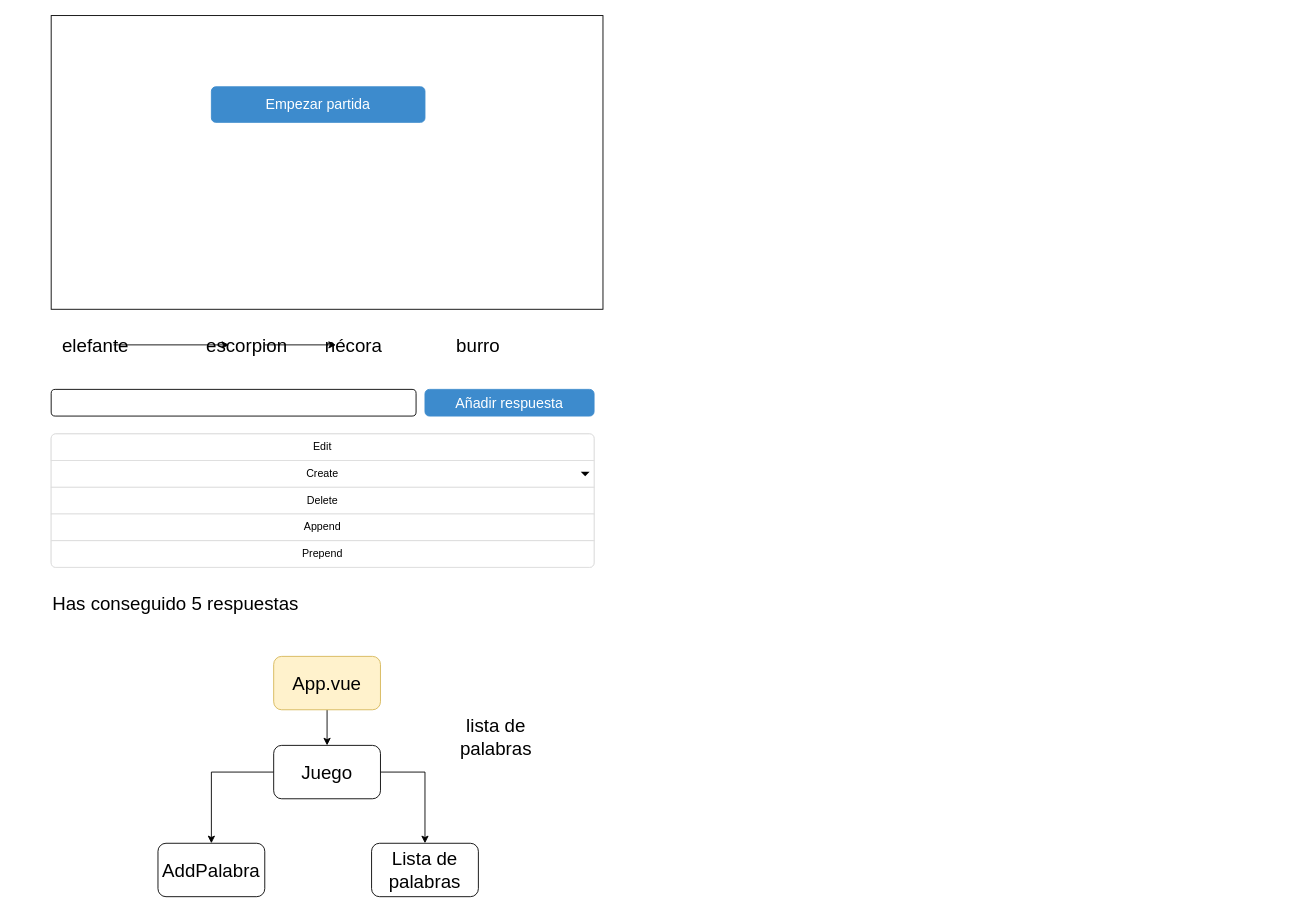
lazaro-programacion/curso-vue-ayudas keeps this draw.io diagram as e03-principio-fin.drawio. Above is the earlier version. Source tidied: cells renumbered, new cells numbered last; positions are measured from the earlier drawing's top-left corner, leaving out a move shared by most shapes. Both pictures are drawn from the tidied source at 89%, with x=0, y=0 at pixel (15, 15).
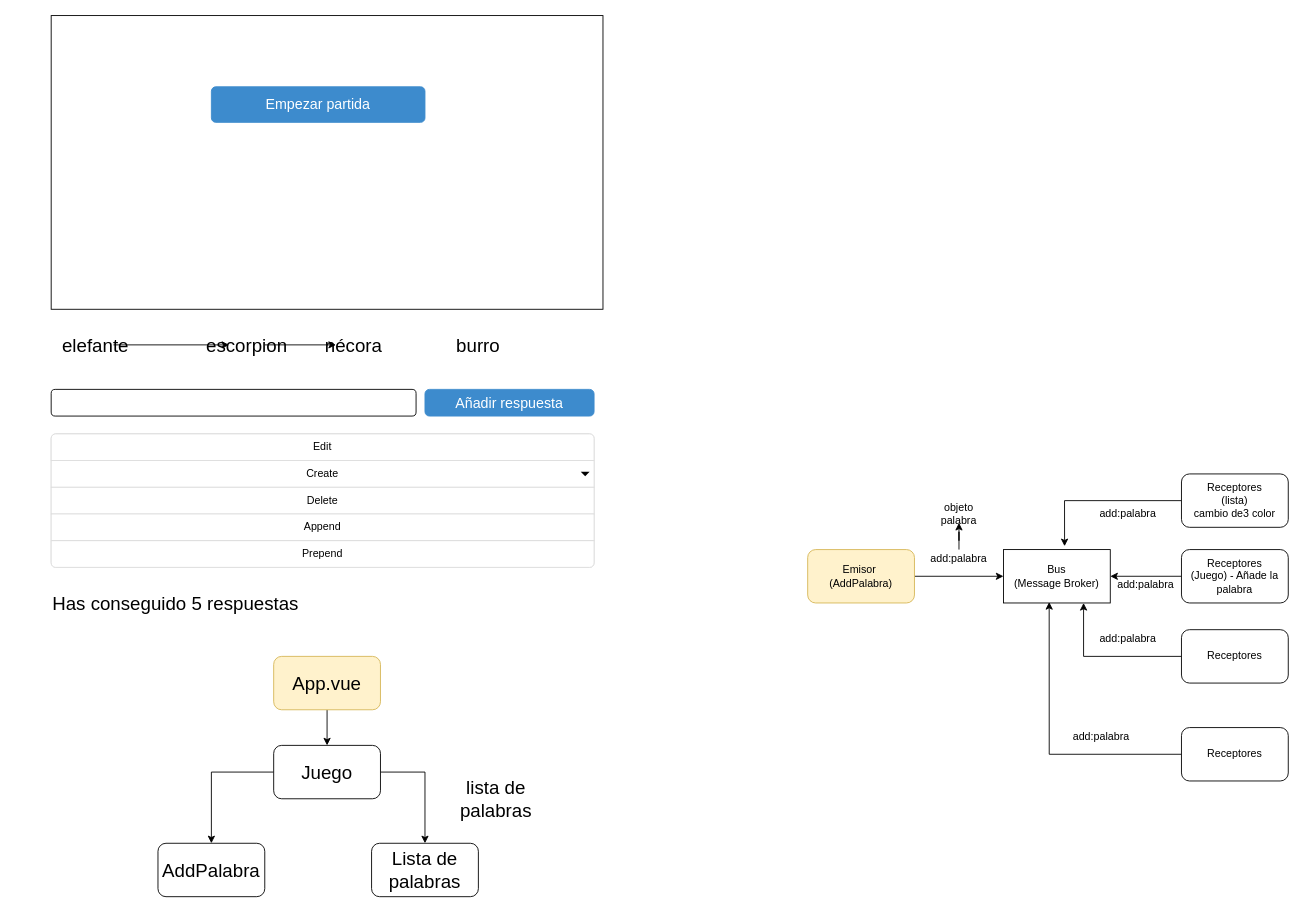
The same diagram, later.

The edit, as a diff of the source:
```diff
@@
     <mxCell id="27" value="lista de palabras" style="text;html=1;strokeColor=none;fillColor=none;align=center;verticalAlign=middle;whiteSpace=wrap;rounded=0;fontSize=21;" parent="1" vertex="1">
-      <mxGeometry x="520" y="800" width="40" height="20" as="geometry" />
+      <mxGeometry x="520" y="870" width="40" height="20" as="geometry" />
     </mxCell>
+    <mxCell id="28" value="Bus&lt;br&gt;(Message Broker)" style="rounded=0;whiteSpace=wrap;html=1;" parent="1" vertex="1">
+      <mxGeometry x="1110" y="600" width="120" height="60" as="geometry" />
+    </mxCell>
+    <mxCell id="29" style="edgeStyle=orthogonalEdgeStyle;rounded=0;jettySize=auto;html=1;entryX=0;entryY=0.5;entryDx=0;entryDy=0;" parent="1" edge="1" source="30" target="28">
+      <mxGeometry relative="1" as="geometry" />
+    </mxCell>
+    <mxCell id="30" value="Emisor&amp;nbsp;&lt;br&gt;(AddPalabra)" style="rounded=1;whiteSpace=wrap;html=1;fillColor=#fff2cc;strokeColor=#d6b656;" parent="1" vertex="1">
+      <mxGeometry x="890" y="600" width="120" height="60" as="geometry" />
+    </mxCell>
+    <mxCell id="31" style="edgeStyle=orthogonalEdgeStyle;rounded=0;jettySize=auto;html=1;" parent="1" edge="1" source="32" target="33">
+      <mxGeometry relative="1" as="geometry" />
+    </mxCell>
+    <mxCell id="32" value="add:palabra" style="text;html=1;strokeColor=none;fillColor=none;align=center;verticalAlign=middle;whiteSpace=wrap;rounded=0;" parent="1" vertex="1">
+      <mxGeometry x="1040" y="600" width="40" height="20" as="geometry" />
+    </mxCell>
+    <mxCell id="33" value="objeto palabra" style="text;html=1;strokeColor=none;fillColor=none;align=center;verticalAlign=middle;whiteSpace=wrap;rounded=0;" parent="1" vertex="1">
+      <mxGeometry x="1040" y="550" width="40" height="20" as="geometry" />
+    </mxCell>
+    <mxCell id="34" style="edgeStyle=orthogonalEdgeStyle;rounded=0;jettySize=auto;html=1;entryX=0.572;entryY=-0.063;entryDx=0;entryDy=0;entryPerimeter=0;" parent="1" edge="1" source="35" target="28">
+      <mxGeometry relative="1" as="geometry" />
+    </mxCell>
+    <mxCell id="35" value="Receptores&lt;br&gt;(lista)&lt;br&gt;cambio de3 color" style="rounded=1;whiteSpace=wrap;html=1;" parent="1" vertex="1">
+      <mxGeometry x="1310" y="515" width="120" height="60" as="geometry" />
+    </mxCell>
+    <mxCell id="36" style="edgeStyle=orthogonalEdgeStyle;rounded=0;jettySize=auto;html=1;" parent="1" edge="1" source="37" target="28">
+      <mxGeometry relative="1" as="geometry" />
+    </mxCell>
+    <mxCell id="37" value="Receptores&lt;br&gt;(Juego) - Añade la palabra" style="rounded=1;whiteSpace=wrap;html=1;" parent="1" vertex="1">
+      <mxGeometry x="1310" y="600" width="120" height="60" as="geometry" />
+    </mxCell>
+    <mxCell id="38" style="edgeStyle=orthogonalEdgeStyle;rounded=0;jettySize=auto;html=1;entryX=0.75;entryY=1;entryDx=0;entryDy=0;" parent="1" edge="1" source="39" target="28">
+      <mxGeometry relative="1" as="geometry" />
+    </mxCell>
+    <mxCell id="39" value="Receptores" style="rounded=1;whiteSpace=wrap;html=1;" parent="1" vertex="1">
+      <mxGeometry x="1310" y="690" width="120" height="60" as="geometry" />
+    </mxCell>
+    <mxCell id="40" style="edgeStyle=orthogonalEdgeStyle;rounded=0;jettySize=auto;html=1;entryX=0.428;entryY=0.983;entryDx=0;entryDy=0;entryPerimeter=0;" parent="1" edge="1" source="41" target="28">
+      <mxGeometry relative="1" as="geometry" />
+    </mxCell>
+    <mxCell id="41" value="Receptores" style="rounded=1;whiteSpace=wrap;html=1;" parent="1" vertex="1">
+      <mxGeometry x="1310" y="800" width="120" height="60" as="geometry" />
+    </mxCell>
+    <mxCell id="42" value="add:palabra" style="text;html=1;strokeColor=none;fillColor=none;align=center;verticalAlign=middle;whiteSpace=wrap;rounded=0;" parent="1" vertex="1">
+      <mxGeometry x="1200" y="800" width="40" height="20" as="geometry" />
+    </mxCell>
+    <mxCell id="43" value="add:palabra" style="text;html=1;strokeColor=none;fillColor=none;align=center;verticalAlign=middle;whiteSpace=wrap;rounded=0;" parent="1" vertex="1">
+      <mxGeometry x="1230" y="690" width="40" height="20" as="geometry" />
+    </mxCell>
+    <mxCell id="44" value="add:palabra" style="text;html=1;strokeColor=none;fillColor=none;align=center;verticalAlign=middle;whiteSpace=wrap;rounded=0;" parent="1" vertex="1">
+      <mxGeometry x="1250" y="630" width="40" height="20" as="geometry" />
+    </mxCell>
+    <mxCell id="45" value="add:palabra" style="text;html=1;strokeColor=none;fillColor=none;align=center;verticalAlign=middle;whiteSpace=wrap;rounded=0;" parent="1" vertex="1">
+      <mxGeometry x="1230" y="550" width="40" height="20" as="geometry" />
+    </mxCell>
```
